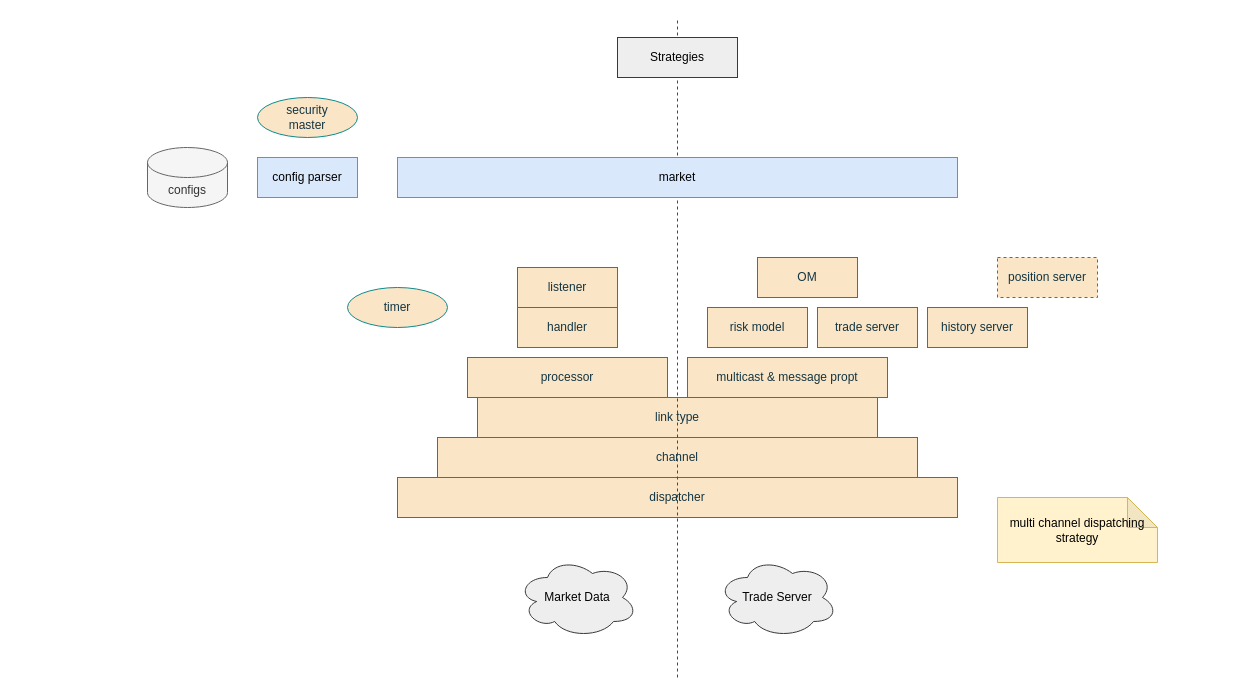
Above: page "Infra" (2 of 3) of hft/hft_framework.drawio in mistyeye11/drawio (draw.io), before the change. Source tidied: cells renumbered, new cells numbered last; positions are measured from the earlier drawing's top-left corner, leaving out a move shared by most shapes. Both pictures are drawn from the tidied source at 100%, with x=0, y=0 at pixel (147, 17).
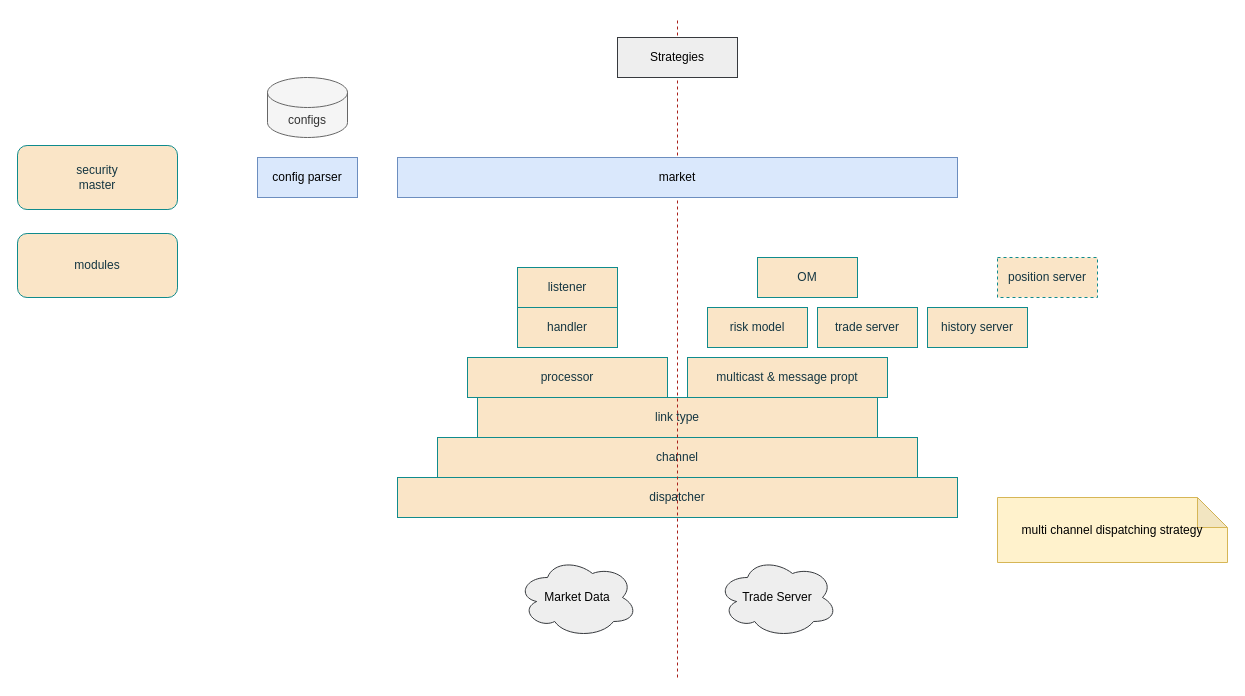
After the change.

Change to the diagram source:
```diff
@@
     <mxCell id="8" value="multi channel dispatching strategy" style="shape=note;whiteSpace=wrap;html=1;backgroundOutline=1;darkOpacity=0.05;fillColor=#fff2cc;strokeColor=#d6b656;" parent="1" vertex="1">
-      <mxGeometry x="850" y="480" width="160" height="65" as="geometry" />
+      <mxGeometry x="850" y="480" width="230" height="65" as="geometry" />
     </mxCell>
-    <mxCell id="9" value="timer" style="rounded=0;whiteSpace=wrap;html=1;strokeColor=#0F8B8D;fontColor=#143642;fillColor=#FAE5C7;shape=ellipse;perimeter=ellipsePerimeter;" parent="1" vertex="1">
-      <mxGeometry x="200" y="270" width="100" height="40" as="geometry" />
-    </mxCell>
@@
-    <mxCell id="21" value="security&lt;div&gt;master&lt;/div&gt;" style="rounded=0;whiteSpace=wrap;html=1;strokeColor=#0F8B8D;fontColor=#143642;fillColor=#FAE5C7;shape=ellipse;perimeter=ellipsePerimeter;" parent="1" vertex="1">
-      <mxGeometry x="110" y="80" width="100" height="40" as="geometry" />
+    <mxCell id="21" value="security&lt;div&gt;master&lt;/div&gt;" style="rounded=1;whiteSpace=wrap;html=1;strokeColor=#0F8B8D;fontColor=#143642;fillColor=#FAE5C7;shape=label;" parent="1" vertex="1">
+      <mxGeometry x="-130" y="128" width="160" height="64" as="geometry" />
     </mxCell>
@@
     <mxCell id="23" value="configs" style="shape=cylinder3;whiteSpace=wrap;html=1;boundedLbl=1;backgroundOutline=1;size=15;strokeColor=#666666;fontColor=#333333;fillColor=#f5f5f5;" parent="1" vertex="1">
-      <mxGeometry y="130" width="80" height="60" as="geometry" />
+      <mxGeometry x="120" y="60" width="80" height="60" as="geometry" />
     </mxCell>
+    <mxCell id="24" value="modules" style="rounded=1;whiteSpace=wrap;html=1;strokeColor=#0F8B8D;fontColor=#143642;fillColor=#FAE5C7;shape=label;" parent="1" vertex="1">
+      <mxGeometry x="-130" y="216" width="160" height="64" as="geometry" />
+    </mxCell>
```
